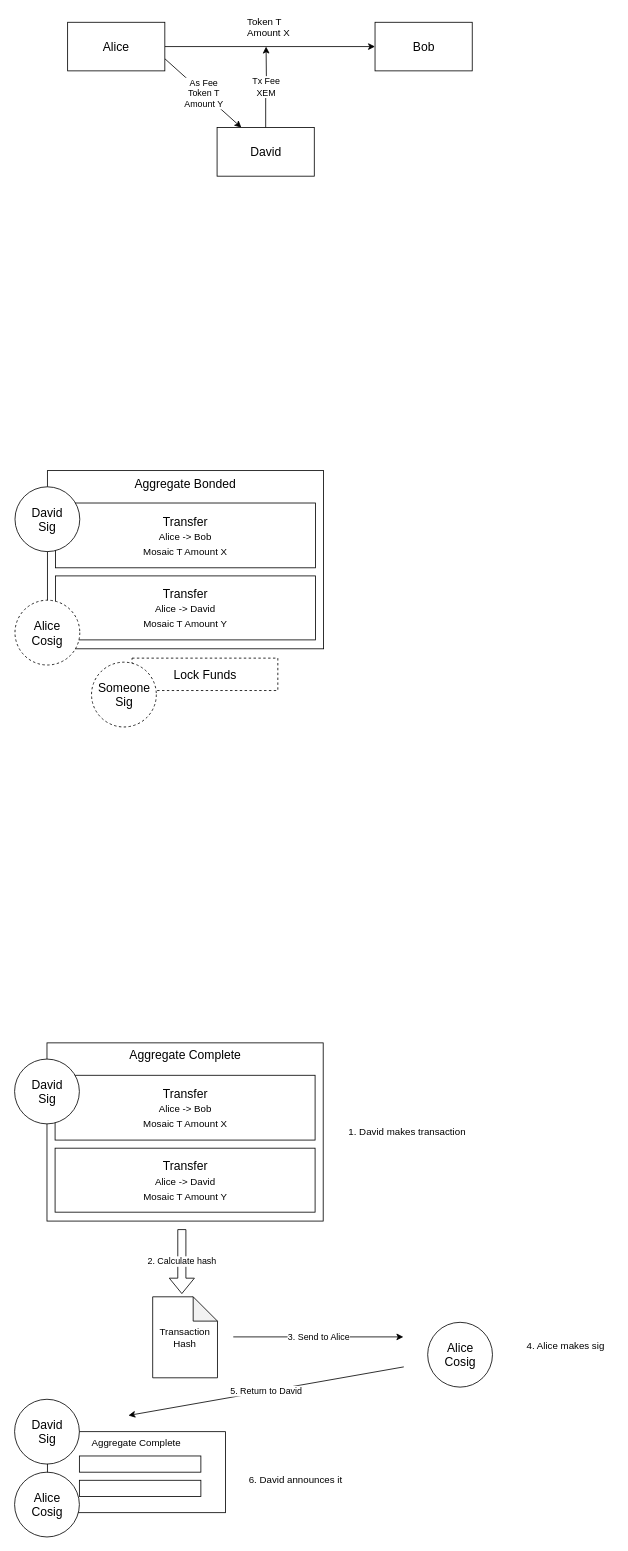
Before: draw.io/ERC865.drawio in planethouki/images, a draw.io diagram. Source tidied: cells renumbered, new cells numbered last; positions are measured from the earlier drawing's top-left corner, leaving out a move shared by most shapes. Both pictures are drawn from the tidied source at 81%, with x=0, y=0 at pixel (15, 14).
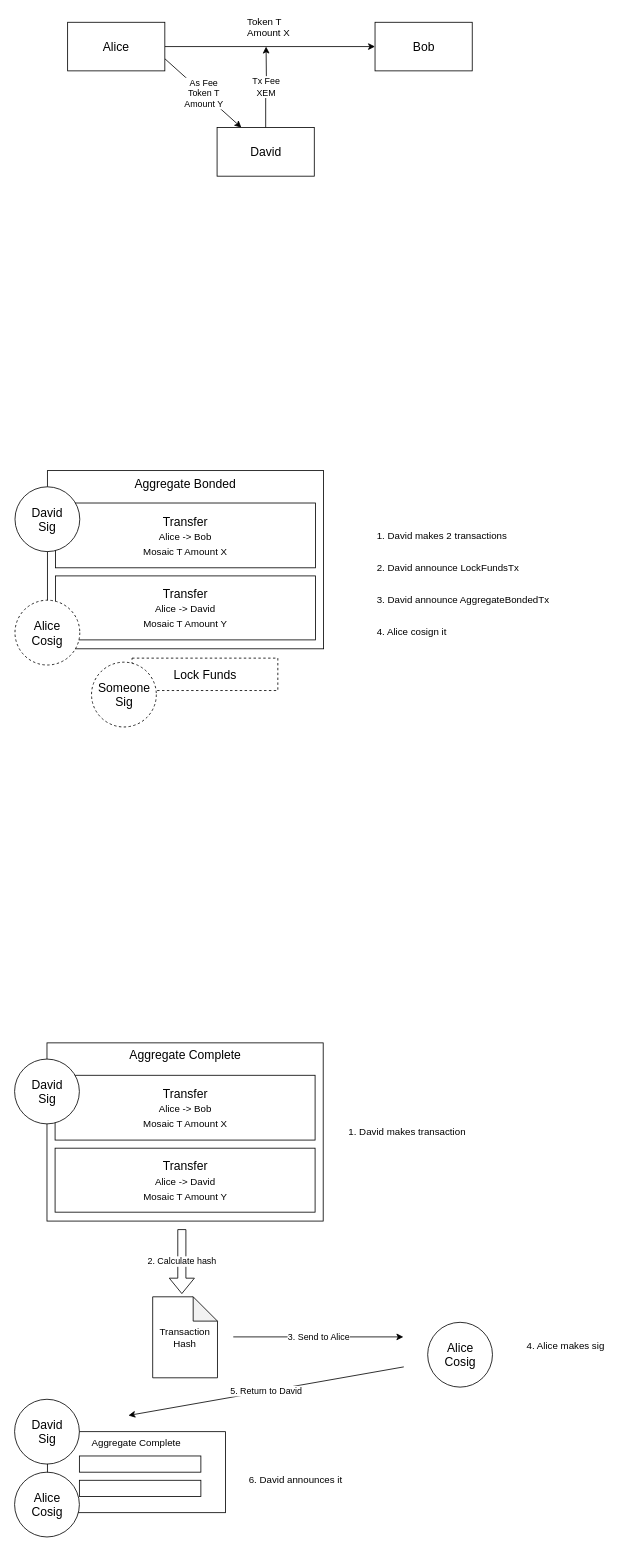
The same page after the edit.

Diff of the diagram source:
```diff
@@
+    <mxCell id="33" value="1. David makes 2 transactions" style="text;html=1;align=left;verticalAlign=top;spacingTop=-4;" parent="1" vertex="1">
+      <mxGeometry x="444.5" y="633.5" width="180" height="20" as="geometry" />
+    </mxCell>
+    <mxCell id="34" value="2. David announce LockFundsTx" style="text;html=1;align=left;verticalAlign=top;spacingTop=-4;" parent="1" vertex="1">
+      <mxGeometry x="444.5" y="673.5" width="190" height="20" as="geometry" />
+    </mxCell>
+    <mxCell id="35" value="3. David announce AggregateBondedTx" style="text;html=1;align=left;verticalAlign=top;spacingTop=-4;" parent="1" vertex="1">
+      <mxGeometry x="444.5" y="713" width="230" height="20" as="geometry" />
+    </mxCell>
+    <mxCell id="36" value="4. Alice cosign it" style="text;html=1;align=left;verticalAlign=top;spacingTop=-4;" parent="1" vertex="1">
+      <mxGeometry x="444.5" y="752.5" width="100" height="20" as="geometry" />
+    </mxCell>
```
